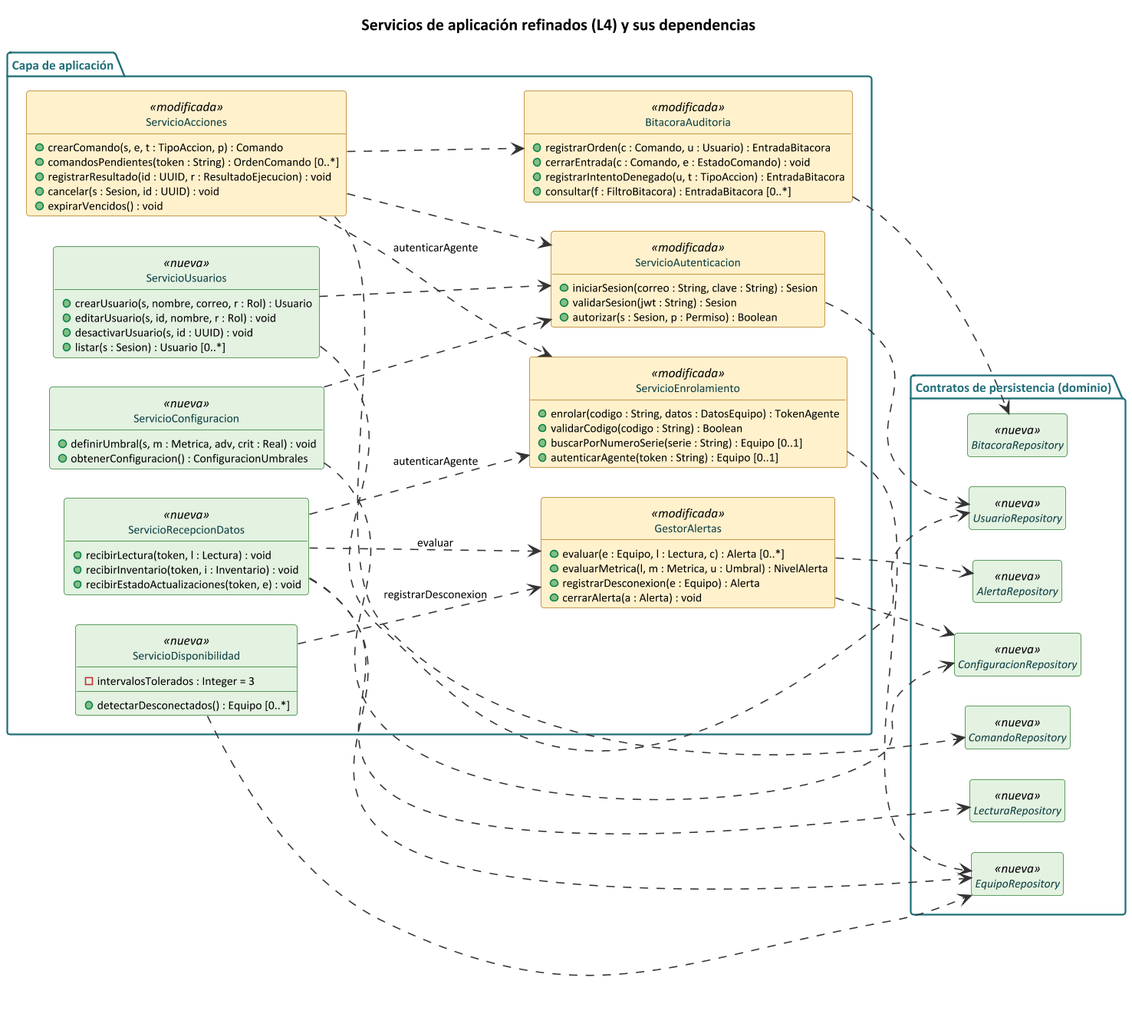
The PlantUML diagram docs/uml/clases_aplicacion_l4.png in gazpel/SentinelaTI, before a commit.
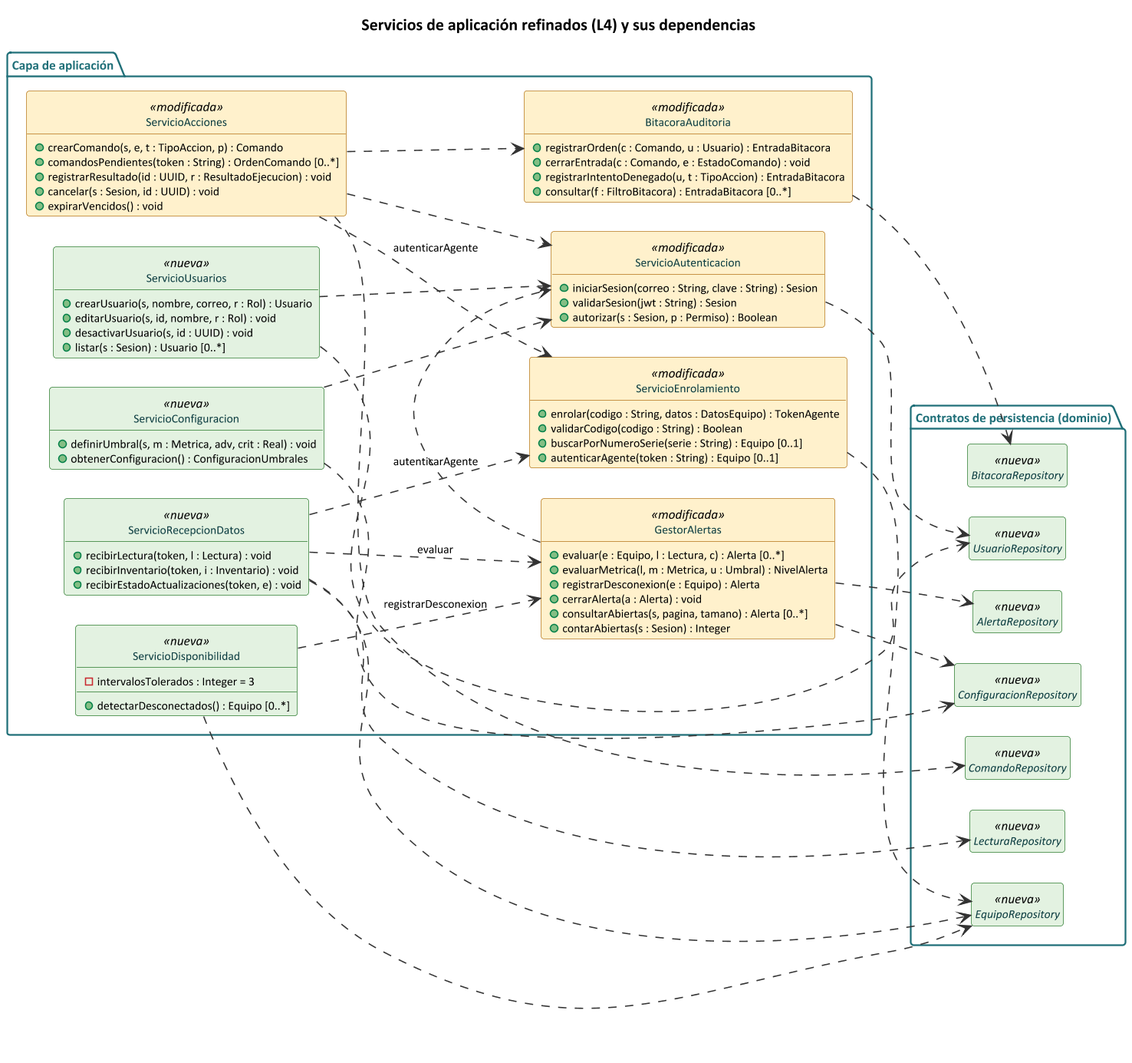
The same file after the commit.

Diff of the diagram source:
```diff
@@ -41,6 +41,8 @@
     + evaluarMetrica(l, m : Metrica, u : Umbral) : NivelAlerta
     + registrarDesconexion(e : Equipo) : Alerta
     + cerrarAlerta(a : Alerta) : void
+    + consultarAbiertas(s, pagina, tamano) : Alerta [0..*]
+    + contarAbiertas(s : Sesion) : Integer
   }
   class ServicioAcciones <<modificada>> {
     + crearComando(s, e, t : TipoAccion, p) : Comando
@@ -70,6 +72,7 @@
 ServicioUsuarios ..> ServicioAutenticacion
 ServicioConfiguracion ..> ServicioAutenticacion
 ServicioAcciones ..> ServicioAutenticacion
+GestorAlertas .[norank].> ServicioAutenticacion
 ServicioRecepcionDatos ..> ServicioEnrolamiento : autenticarAgente
 ServicioAcciones ..> ServicioEnrolamiento : autenticarAgente
 ServicioRecepcionDatos ..> GestorAlertas : evaluar
```
